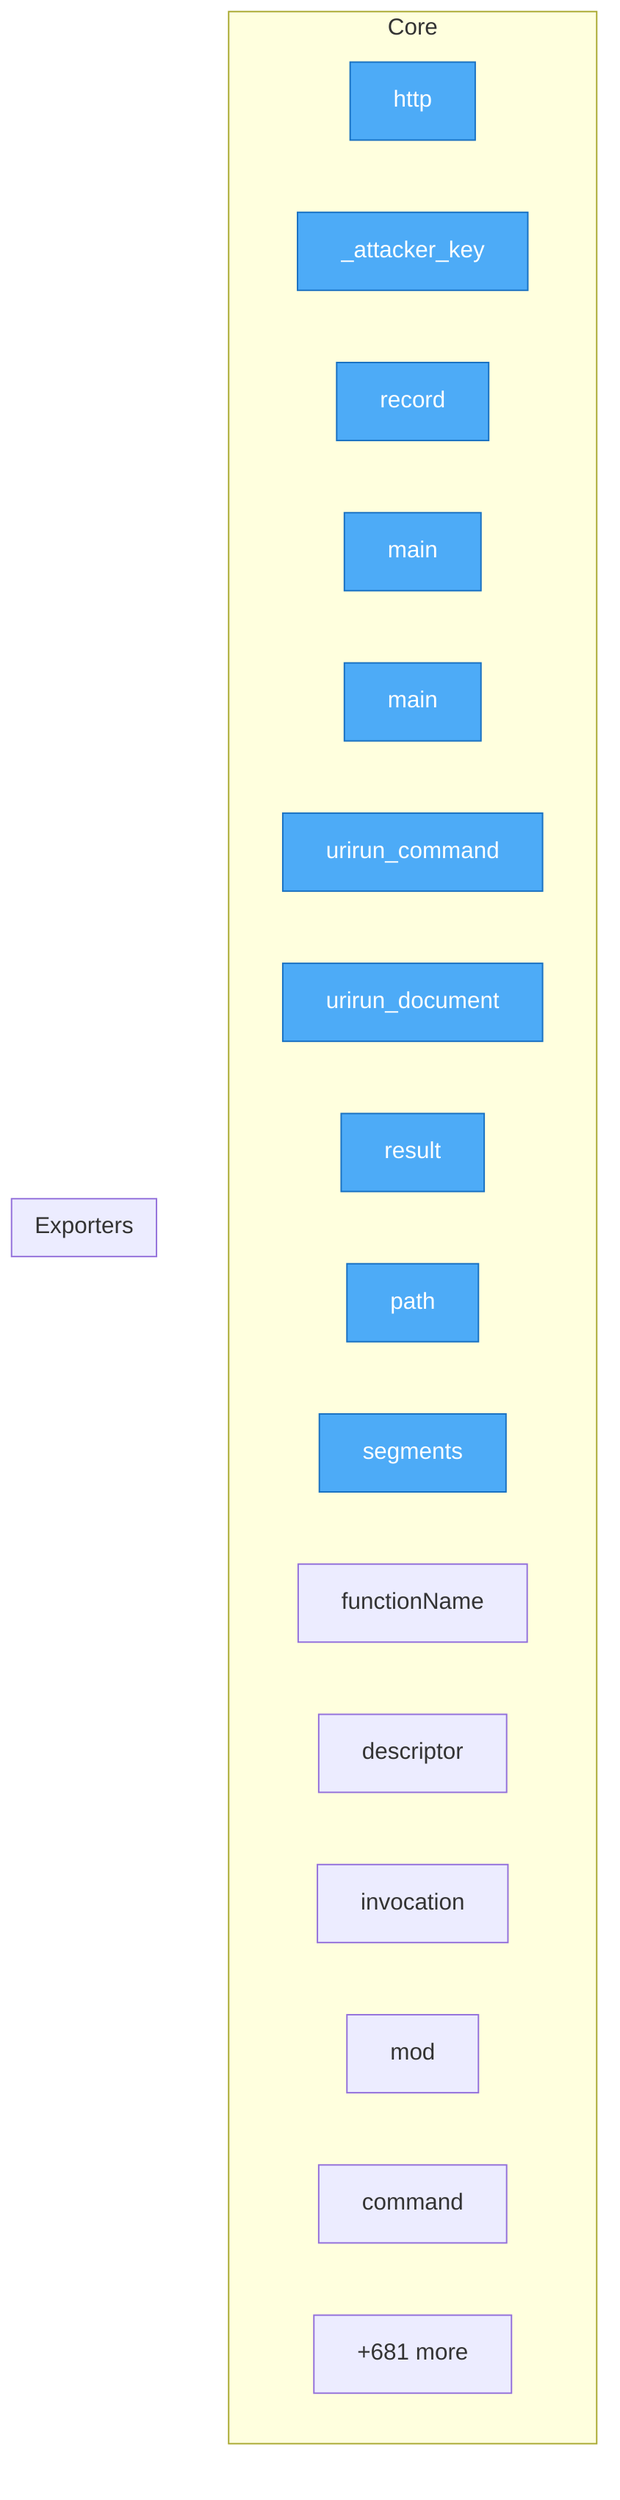
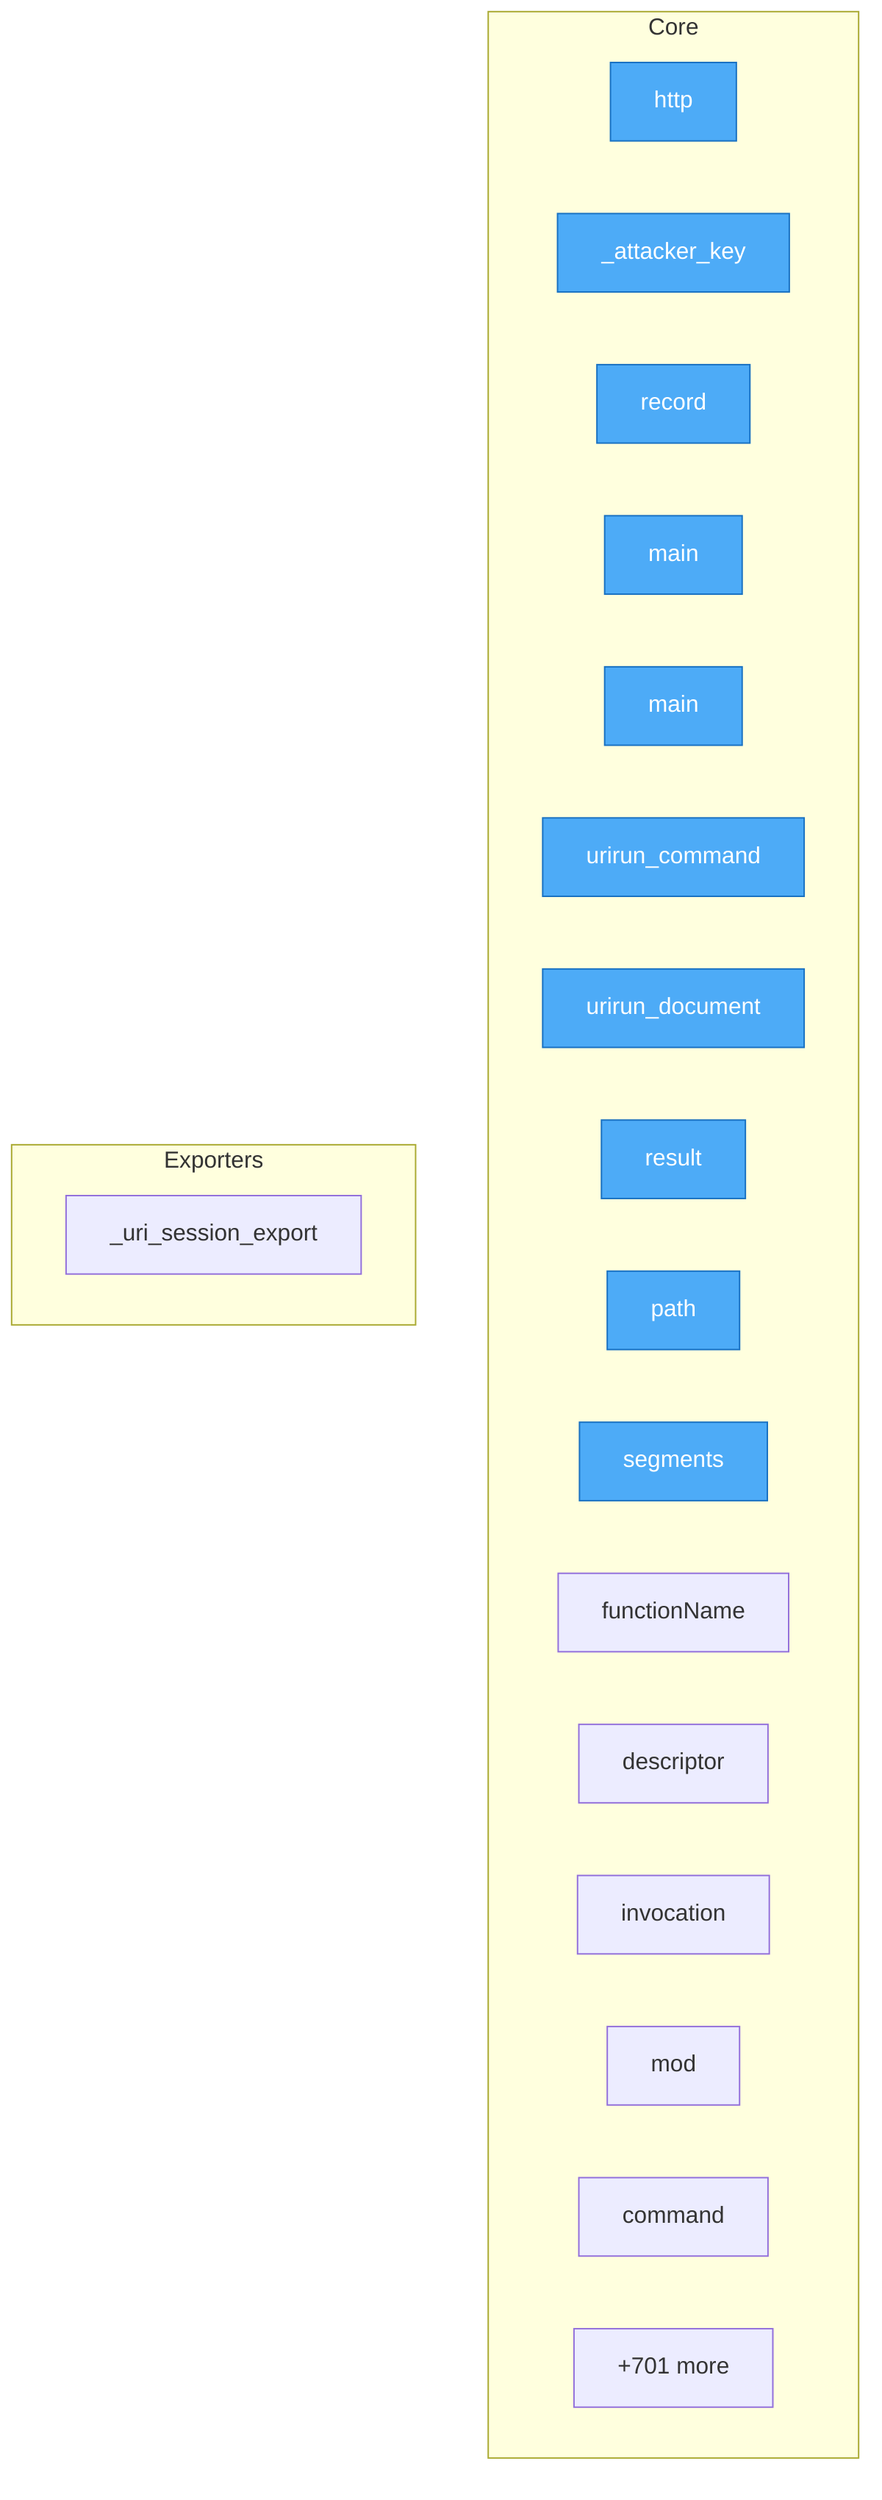
flowchart TD
%% generated in 0.04s

    %% Entry points (blue)
    classDef entry fill:#4dabf7,stroke:#1971c2,color:#fff

    subgraph Core
        security__mesh_probe__probe__http["http"]
        security__mesh_probe__probe___attacker_key["_attacker_key"]
        security__mesh_probe__probe__record["record"]
        adapters__conformance__main["main"]
        adapters__new_connector__main["main"]
        adapters__bash__urirun__urirun_command["urirun_command"]
        adapters__bash__urirun__urirun_document["urirun_document"]
        adapters__js__index__test__result["result"]
        adapters__js__path["path"]
        adapters__js__segments["segments"]
        adapters__js__functionName["functionName"]
        adapters__js__descriptor["descriptor"]
        adapters__js__invocation["invocation"]
        adapters__js__mod["mod"]
        adapters__java__Urirun__Urirun__command["command"]
-         ...["+681 more"]
+         ...["+701 more"]
    end

    subgraph Exporters
+         adapters__python__urirun__node__skill___uri_session_export["_uri_session_export"]
    end

    class security__mesh_probe__probe__http,security__mesh_probe__probe___attacker_key,security__mesh_probe__probe__record,adapters__conformance__main,adapters__new_connector__main,adapters__bash__urirun__urirun_command,adapters__bash__urirun__urirun_document,adapters__js__index__test__result,adapters__js__path,adapters__js__segments entry
